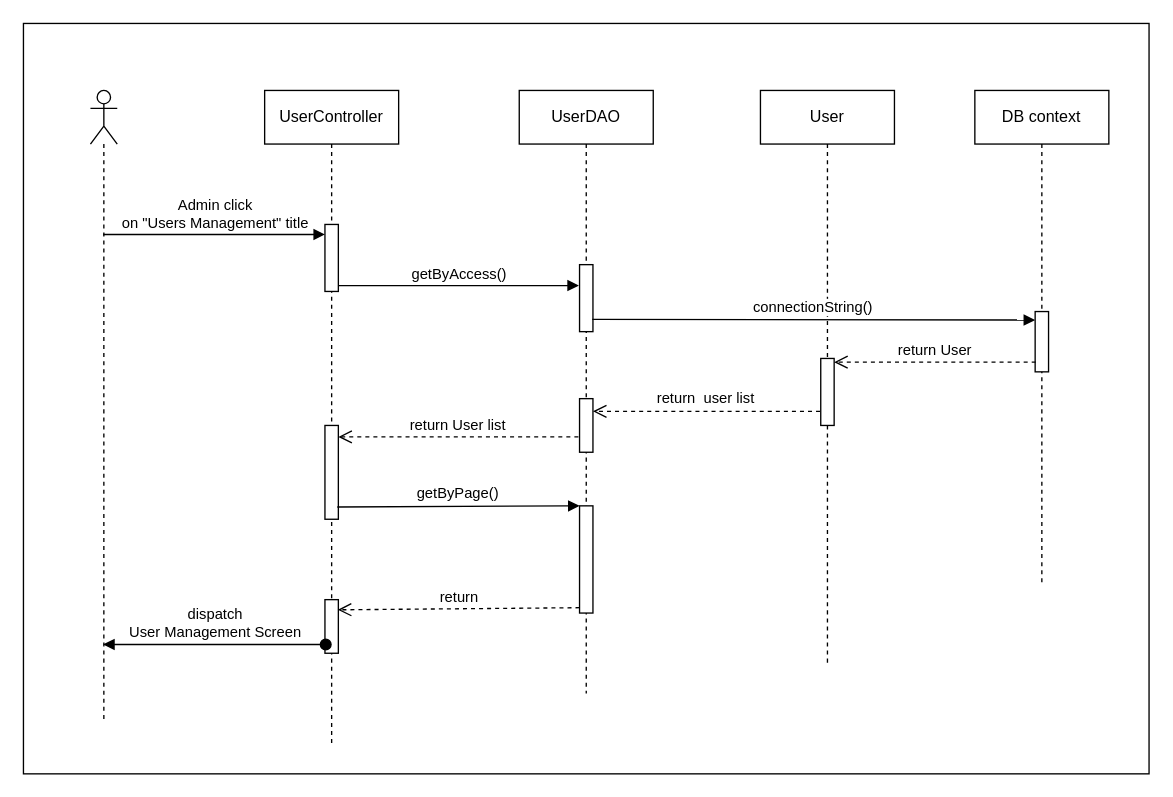
The draw.io diagram page "Trang-2" (2 of 6) of te2.drawio in baspdd/desktop-tutorial, before the edit. Source tidied: cells renumbered, new cells numbered last; positions are measured from the earlier drawing's top-left corner, leaving out a move shared by most shapes. Both pictures are drawn from the tidied source at 134%, with x=0, y=0 at pixel (23, 23).
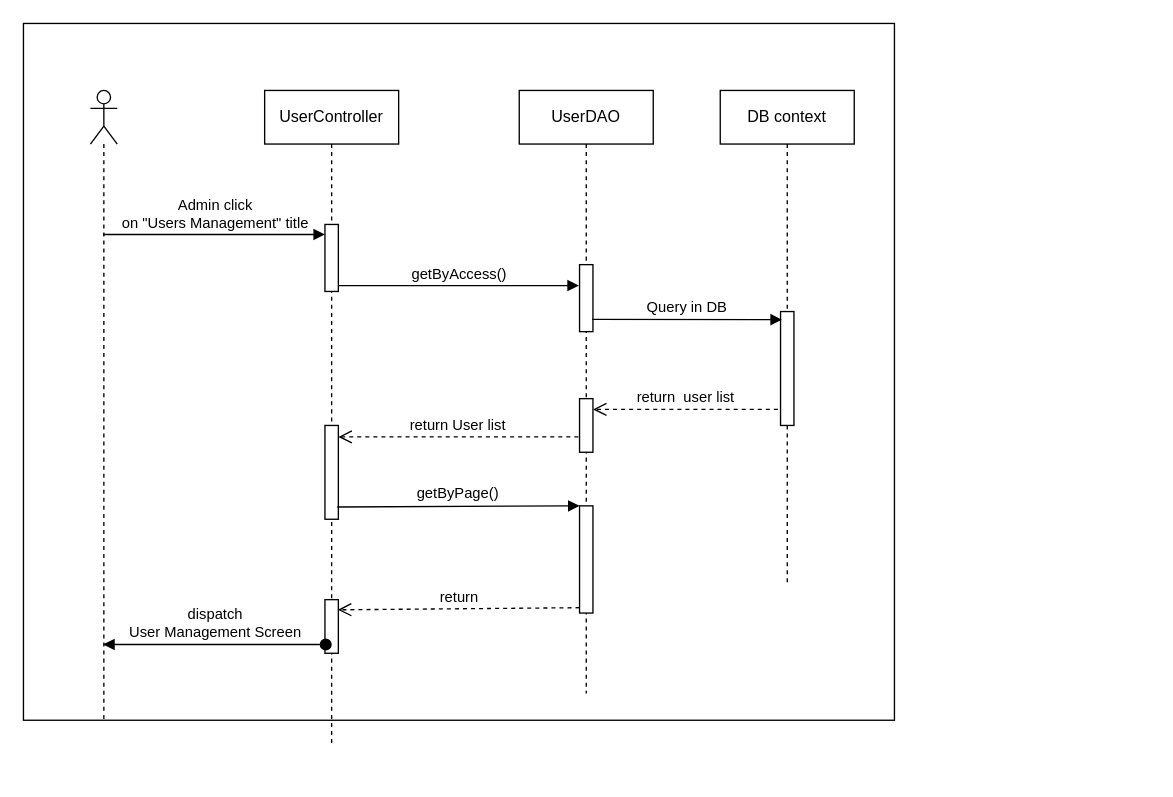
After the change.

Unchanged cells that the change refers to:
```xml
<mxCell id="9" style="html=1;points=[];perimeter=orthogonalPerimeter;" parent="8" vertex="1">
  <mxGeometry x="45" y="130" width="10" height="50" as="geometry" />
</mxCell>
<mxCell id="10" style="html=1;points=[];perimeter=orthogonalPerimeter;" parent="8" vertex="1">
  <mxGeometry x="45" y="230" width="10" height="40" as="geometry" />
</mxCell>
```

Diff of the diagram source:
```diff
@@
     <mxCell id="2" style="rounded=0;whiteSpace=wrap;html=1;" parent="1" vertex="1">
-      <mxGeometry width="840" height="560" as="geometry" />
+      <mxGeometry width="650" height="520" as="geometry" />
     </mxCell>
@@
-    <mxCell id="12" value="User" style="shape=umlLifeline;perimeter=lifelinePerimeter;whiteSpace=wrap;html=1;" parent="1" vertex="1">
-      <mxGeometry x="550" y="50" width="100" height="430" as="geometry" />
-    </mxCell>
-    <mxCell id="13" style="html=1;points=[];perimeter=orthogonalPerimeter;" parent="12" vertex="1">
-      <mxGeometry x="45" y="200" width="10" height="50" as="geometry" />
-    </mxCell>
     <mxCell id="14" value="DB context" style="shape=umlLifeline;perimeter=lifelinePerimeter;whiteSpace=wrap;html=1;" parent="1" vertex="1">
-      <mxGeometry x="710" y="50" width="100" height="370" as="geometry" />
+      <mxGeometry x="520" y="50" width="100" height="370" as="geometry" />
     </mxCell>
     <mxCell id="15" style="html=1;points=[];perimeter=orthogonalPerimeter;" parent="14" vertex="1">
-      <mxGeometry x="45" y="165" width="10" height="45" as="geometry" />
+      <mxGeometry x="45" y="165" width="10" height="85" as="geometry" />
     </mxCell>
@@
-    <mxCell id="18" value="connectionString()" style="html=1;verticalAlign=bottom;endArrow=block;rounded=0;exitX=0.948;exitY=0.817;exitDx=0;exitDy=0;exitPerimeter=0;entryX=-0.005;entryY=0.141;entryDx=0;entryDy=0;entryPerimeter=0;" parent="1" edge="1" source="9" target="15">
+    <mxCell id="18" value="Query in DB" style="html=1;verticalAlign=bottom;endArrow=block;rounded=0;exitX=0.948;exitY=0.817;exitDx=0;exitDy=0;exitPerimeter=0;entryX=0.1;entryY=0.071;entryDx=0;entryDy=0;entryPerimeter=0;" parent="1" edge="1" source="9" target="15">
       <mxGeometry relative="1" as="geometry" />
     </mxCell>
-    <mxCell id="19" value="return User" style="html=1;verticalAlign=bottom;endArrow=open;dashed=1;endSize=8;rounded=0;exitX=0.043;exitY=0.839;exitDx=0;exitDy=0;exitPerimeter=0;" parent="1" edge="1" source="15" target="13">
-      <mxGeometry relative="1" as="geometry" />
-    </mxCell>
-    <mxCell id="20" value="return&amp;nbsp; user list" style="html=1;verticalAlign=bottom;endArrow=open;dashed=1;endSize=8;rounded=0;exitX=-0.052;exitY=0.789;exitDx=0;exitDy=0;exitPerimeter=0;" parent="1" edge="1" source="13" target="10">
+    <mxCell id="20" value="return&amp;nbsp; user list" style="html=1;verticalAlign=bottom;endArrow=open;dashed=1;endSize=8;rounded=0;exitX=-0.2;exitY=0.859;exitDx=0;exitDy=0;exitPerimeter=0;" parent="1" edge="1" source="15" target="10">
       <mxGeometry relative="1" as="geometry" />
     </mxCell>
```
